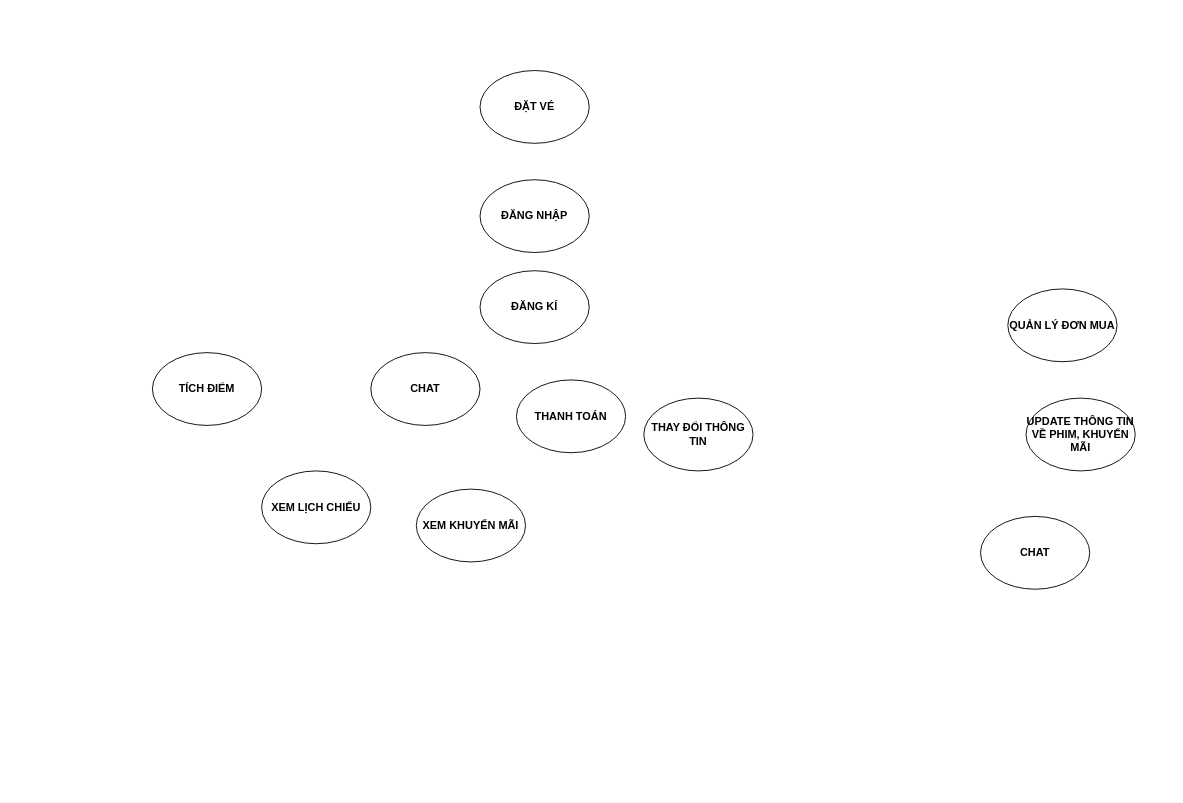
Above: Biểu đồ không có tiêu đề.drawio in tuanthanhhh/tuanthanhhh (draw.io), before the change. Source tidied: cells renumbered, new cells numbered last; positions are measured from the earlier drawing's top-left corner, leaving out a move shared by most shapes. Both pictures are drawn from the tidied source at 91%, with x=0, y=0 at pixel (152, 70).
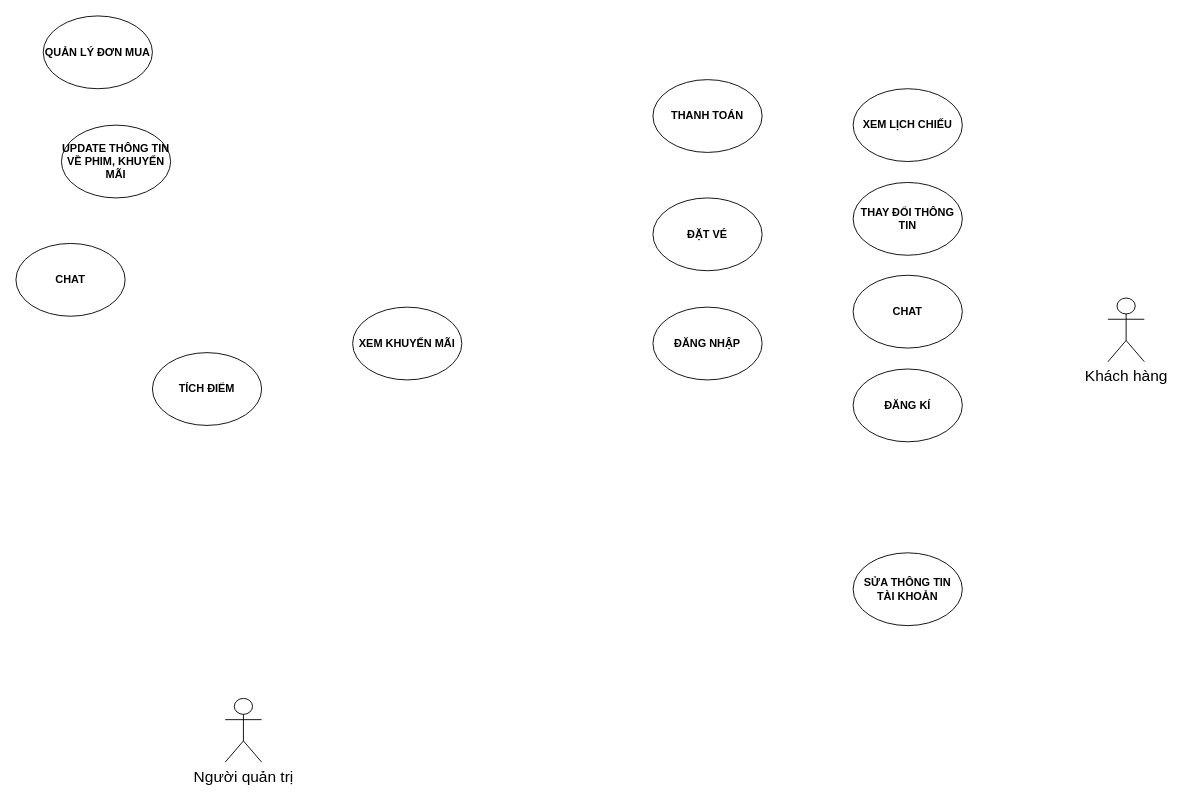
The same diagram, later.

What changed in the source:
```diff
@@
 <mxGraphModel>
   <root>
     <mxCell id="0" />
     <mxCell id="1" parent="0" />
     <mxCell id="2" value="&lt;b&gt;ĐẶT VÉ&lt;/b&gt;" style="ellipse;whiteSpace=wrap;html=1;" parent="1" vertex="1">
-      <mxGeometry x="360" width="120" height="80" as="geometry" />
+      <mxGeometry x="550" y="140" width="120" height="80" as="geometry" />
     </mxCell>
     <mxCell id="3" value="&lt;b&gt;ĐĂNG NHẬP&lt;/b&gt;" style="ellipse;whiteSpace=wrap;html=1;" parent="1" vertex="1">
-      <mxGeometry x="360" y="120" width="120" height="80" as="geometry" />
+      <mxGeometry x="550" y="260" width="120" height="80" as="geometry" />
     </mxCell>
     <mxCell id="4" value="&lt;b&gt;ĐĂNG KÍ&lt;/b&gt;" style="ellipse;whiteSpace=wrap;html=1;" parent="1" vertex="1">
-      <mxGeometry x="360" y="220" width="120" height="80" as="geometry" />
+      <mxGeometry x="770" y="328" width="120" height="80" as="geometry" />
     </mxCell>
     <mxCell id="5" value="&lt;b&gt;THANH TOÁN&lt;/b&gt;" style="ellipse;whiteSpace=wrap;html=1;" parent="1" vertex="1">
-      <mxGeometry x="400" y="340" width="120" height="80" as="geometry" />
+      <mxGeometry x="550" y="10" width="120" height="80" as="geometry" />
     </mxCell>
     <mxCell id="6" value="&lt;b&gt;XEM KHUYẾN MÃI&lt;/b&gt;" style="ellipse;whiteSpace=wrap;html=1;" parent="1" vertex="1">
-      <mxGeometry x="290" y="460" width="120" height="80" as="geometry" />
+      <mxGeometry x="220" y="260" width="120" height="80" as="geometry" />
     </mxCell>
     <mxCell id="7" value="&lt;b&gt;THAY ĐỔI THÔNG TIN&lt;/b&gt;" style="ellipse;whiteSpace=wrap;html=1;" parent="1" vertex="1">
-      <mxGeometry x="540" y="360" width="120" height="80" as="geometry" />
+      <mxGeometry x="770" y="123" width="120" height="80" as="geometry" />
     </mxCell>
     <mxCell id="8" value="&lt;b&gt;XEM LỊCH CHIẾU&lt;/b&gt;" style="ellipse;whiteSpace=wrap;html=1;" parent="1" vertex="1">
-      <mxGeometry x="120" y="440" width="120" height="80" as="geometry" />
+      <mxGeometry x="770" y="20" width="120" height="80" as="geometry" />
     </mxCell>
     <mxCell id="9" value="&lt;b&gt;CHAT&lt;/b&gt;" style="ellipse;whiteSpace=wrap;html=1;" parent="1" vertex="1">
-      <mxGeometry x="240" y="310" width="120" height="80" as="geometry" />
+      <mxGeometry x="770" y="225" width="120" height="80" as="geometry" />
     </mxCell>
     <mxCell id="10" value="&lt;b&gt;TÍCH ĐIỂM&lt;/b&gt;" style="ellipse;whiteSpace=wrap;html=1;" parent="1" vertex="1">
       <mxGeometry y="310" width="120" height="80" as="geometry" />
     </mxCell>
     <mxCell id="11" value="&lt;b&gt;QUẢN LÝ ĐƠN MUA&lt;/b&gt;" style="ellipse;whiteSpace=wrap;html=1;" parent="1" vertex="1">
-      <mxGeometry x="940" y="240" width="120" height="80" as="geometry" />
+      <mxGeometry x="-120" y="-60" width="120" height="80" as="geometry" />
     </mxCell>
     <mxCell id="12" value="&lt;b&gt;UPDATE THÔNG TIN VỀ PHIM, KHUYẾN MÃI&lt;/b&gt;" style="ellipse;whiteSpace=wrap;html=1;" parent="1" vertex="1">
-      <mxGeometry x="960" y="360" width="120" height="80" as="geometry" />
+      <mxGeometry x="-100" y="60" width="120" height="80" as="geometry" />
     </mxCell>
     <mxCell id="13" value="&lt;b&gt;CHAT&lt;/b&gt;" style="ellipse;whiteSpace=wrap;html=1;" parent="1" vertex="1">
-      <mxGeometry x="910" y="490" width="120" height="80" as="geometry" />
+      <mxGeometry x="-150" y="190" width="120" height="80" as="geometry" />
     </mxCell>
+    <mxCell id="14" value="&lt;font style=&quot;font-size: 17px;&quot;&gt;Khách hàng&lt;/font&gt;" style="shape=umlActor;verticalLabelPosition=bottom;verticalAlign=top;html=1;" parent="1" vertex="1">
+      <mxGeometry x="1050" y="250" width="40" height="70" as="geometry" />
+    </mxCell>
+    <mxCell id="15" value="&lt;span style=&quot;font-size: 17px;&quot;&gt;Người quản trị&lt;/span&gt;" style="shape=umlActor;verticalLabelPosition=bottom;verticalAlign=top;html=1;" parent="1" vertex="1">
+      <mxGeometry x="80" y="690" width="40" height="70" as="geometry" />
+    </mxCell>
+    <mxCell id="16" value="&lt;b&gt;SỬA THÔNG TIN TÀI KHOẢN&lt;/b&gt;" style="ellipse;whiteSpace=wrap;html=1;" parent="1" vertex="1">
+      <mxGeometry x="770" y="530" width="120" height="80" as="geometry" />
+    </mxCell>
   </root>
 </mxGraphModel>
```
